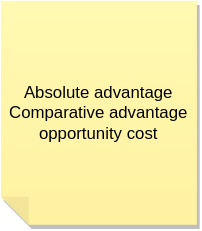
Linglei1226/Data_Science keeps this draw.io diagram as Trade.drawio.svg. Above is the earlier version. Source tidied: cells renumbered, new cells last; positions are measured from the earlier drawing's top-left corner, leaving out a move shared by most shapes.
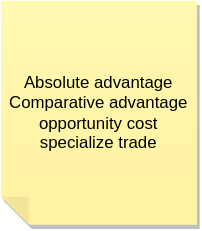
The same diagram one commit later.

Diff of the diagram source:
```diff
@@ -2,7 +2,7 @@
   <root>
     <mxCell id="0" />
     <mxCell id="1" parent="0" />
-    <mxCell id="2" value="Absolute advantage&lt;br&gt;Comparative advantage&lt;br&gt;opportunity cost" style="shape=note;whiteSpace=wrap;html=1;backgroundOutline=1;fontColor=#000000;darkOpacity=0.05;fillColor=#FFF9B2;strokeColor=none;fillStyle=solid;direction=west;gradientDirection=north;gradientColor=#FFF2A1;shadow=1;size=20;" parent="1" vertex="1">
+    <mxCell id="2" value="Absolute advantage&lt;br&gt;Comparative advantage&lt;br&gt;opportunity cost&lt;br&gt;specialize trade" style="shape=note;whiteSpace=wrap;html=1;backgroundOutline=1;fontColor=#000000;darkOpacity=0.05;fillColor=#FFF9B2;strokeColor=none;fillStyle=solid;direction=west;gradientDirection=north;gradientColor=#FFF2A1;shadow=1;size=20;" parent="1" vertex="1">
       <mxGeometry width="140" height="160" as="geometry" />
     </mxCell>
   </root>
```
